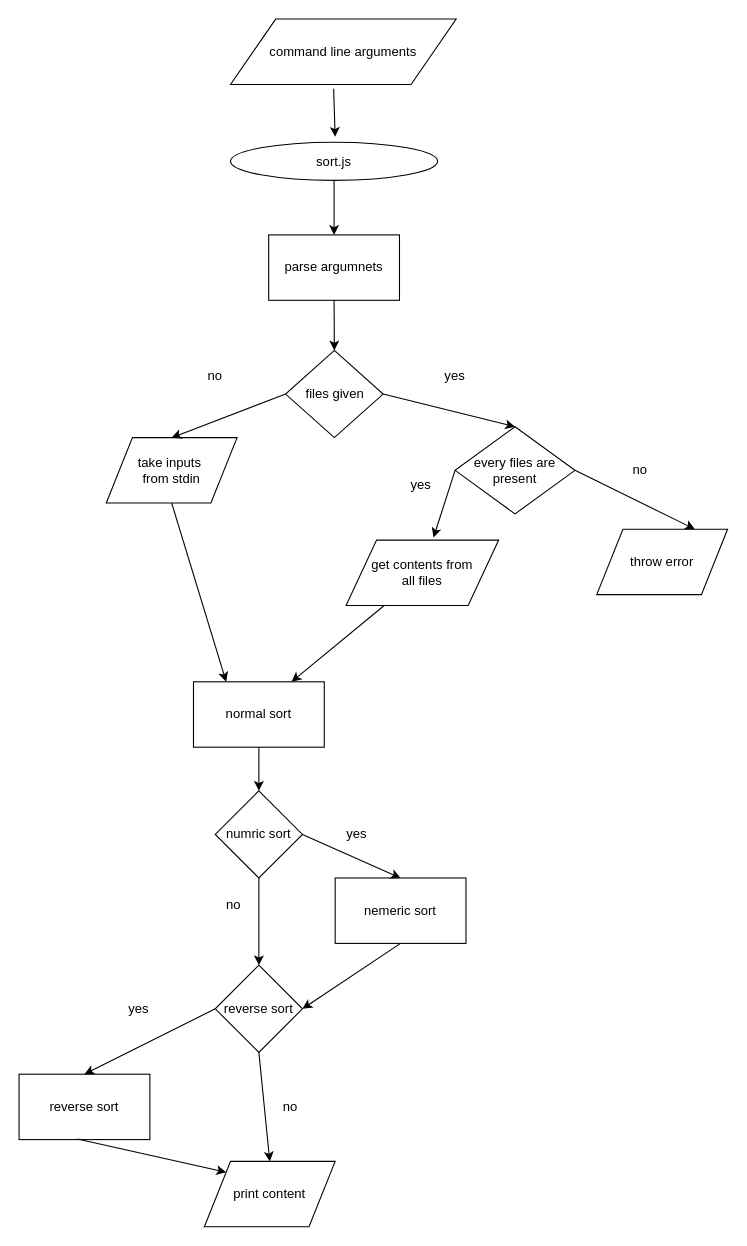
Earlier version of the draw.io diagram docs/head_flow.drawio (step-batch-7/jsTools-armanaaquib). Source tidied: cells renumbered, new cells numbered last; positions are measured from the earlier drawing's top-left corner, leaving out a move shared by most shapes. Both pictures are drawn from the tidied source at 109%, with x=0, y=0 at pixel (19, 19).
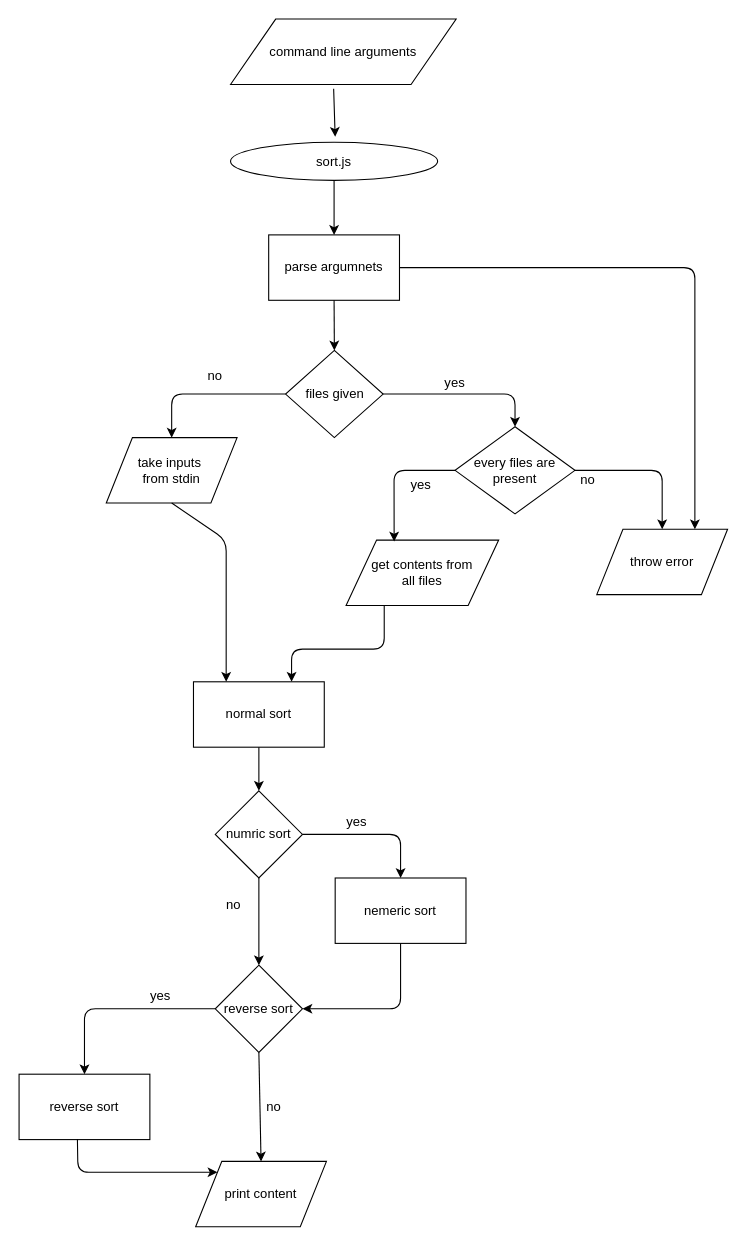
The same page after the edit.

Unchanged cells that the change refers to:
```xml
<mxCell id="5" value="parse argumnets" style="rounded=0;whiteSpace=wrap;html=1;" parent="1" vertex="1">
  <mxGeometry x="229" y="198" width="120" height="60" as="geometry" />
</mxCell>
<mxCell id="7" value="files given" style="rhombus;whiteSpace=wrap;html=1;" parent="1" vertex="1">
  <mxGeometry x="244.5" y="304" width="89.5" height="80" as="geometry" />
</mxCell>
<mxCell id="9" value="take inputs&amp;nbsp;&lt;br&gt;from stdin" style="shape=parallelogram;perimeter=parallelogramPerimeter;whiteSpace=wrap;html=1;" parent="1" vertex="1">
  <mxGeometry x="80" y="384" width="120" height="60" as="geometry" />
</mxCell>
<mxCell id="10" value="every files are present" style="rhombus;whiteSpace=wrap;html=1;" parent="1" vertex="1">
  <mxGeometry x="400" y="374" width="110" height="80" as="geometry" />
</mxCell>
<mxCell id="15" value="throw error" style="shape=parallelogram;perimeter=parallelogramPerimeter;whiteSpace=wrap;html=1;" parent="1" vertex="1">
  <mxGeometry x="530" y="468" width="120" height="60" as="geometry" />
</mxCell>
<mxCell id="18" value="get contents from&lt;br&gt;all files" style="shape=parallelogram;perimeter=parallelogramPerimeter;whiteSpace=wrap;html=1;" parent="1" vertex="1">
  <mxGeometry x="300" y="478" width="140" height="60" as="geometry" />
</mxCell>
<mxCell id="21" value="normal sort" style="rounded=0;whiteSpace=wrap;html=1;" parent="1" vertex="1">
  <mxGeometry x="160" y="608" width="120" height="60" as="geometry" />
</mxCell>
<mxCell id="24" value="numric sort" style="rhombus;whiteSpace=wrap;html=1;" parent="1" vertex="1">
  <mxGeometry x="180" y="708" width="80" height="80" as="geometry" />
</mxCell>
<mxCell id="26" value="nemeric sort" style="rounded=0;whiteSpace=wrap;html=1;" parent="1" vertex="1">
  <mxGeometry x="290" y="788" width="120" height="60" as="geometry" />
</mxCell>
<mxCell id="28" value="reverse sort" style="rhombus;whiteSpace=wrap;html=1;" parent="1" vertex="1">
  <mxGeometry x="180" y="868" width="80" height="80" as="geometry" />
</mxCell>
<mxCell id="33" value="reverse sort" style="rounded=0;whiteSpace=wrap;html=1;" parent="1" vertex="1">
  <mxGeometry y="968" width="120" height="60" as="geometry" />
</mxCell>
```

What changed in the source:
```diff
@@
     <mxCell id="11" style="endArrow=classic;html=1;exitX=1;exitY=0.5;exitDx=0;exitDy=0;entryX=0.5;entryY=0;entryDx=0;entryDy=0;" parent="1" edge="1" source="7" target="10">
-      <mxGeometry relative="1" as="geometry" />
+      <mxGeometry relative="1" as="geometry">
+        <Array as="points">
+          <mxPoint x="455" y="344" />
+        </Array>
+      </mxGeometry>
     </mxCell>
     <mxCell id="12" style="endArrow=classic;html=1;exitX=0;exitY=0.5;exitDx=0;exitDy=0;entryX=0.5;entryY=0;entryDx=0;entryDy=0;" parent="1" edge="1" source="7" target="9">
-      <mxGeometry relative="1" as="geometry" />
+      <mxGeometry relative="1" as="geometry">
+        <Array as="points">
+          <mxPoint x="140" y="344" />
+        </Array>
+      </mxGeometry>
     </mxCell>
     <mxCell id="13" value="yes" style="text;html=1;strokeColor=none;fillColor=none;align=center;verticalAlign=middle;whiteSpace=wrap;rounded=0;" parent="1" vertex="1">
-      <mxGeometry x="380" y="318" width="40" height="20" as="geometry" />
+      <mxGeometry x="380" y="324" width="40" height="20" as="geometry" />
     </mxCell>
@@
-    <mxCell id="16" style="endArrow=classic;html=1;exitX=1;exitY=0.5;exitDx=0;exitDy=0;entryX=0.75;entryY=0;entryDx=0;entryDy=0;" parent="1" edge="1" source="10" target="15">
-      <mxGeometry relative="1" as="geometry" />
+    <mxCell id="16" style="endArrow=classic;html=1;exitX=1;exitY=0.5;exitDx=0;exitDy=0;entryX=0.5;entryY=0;entryDx=0;entryDy=0;" parent="1" edge="1" source="10" target="15">
+      <mxGeometry relative="1" as="geometry">
+        <Array as="points">
+          <mxPoint x="590" y="414" />
+        </Array>
+      </mxGeometry>
     </mxCell>
     <mxCell id="17" value="no" style="text;html=1;strokeColor=none;fillColor=none;align=center;verticalAlign=middle;whiteSpace=wrap;rounded=0;" parent="1" vertex="1">
-      <mxGeometry x="550" y="404" width="40" height="20" as="geometry" />
+      <mxGeometry x="502" y="413" width="40" height="20" as="geometry" />
     </mxCell>
@@
-    <mxCell id="19" style="endArrow=classic;html=1;entryX=0.573;entryY=-0.038;entryDx=0;entryDy=0;entryPerimeter=0;exitX=0;exitY=0.5;exitDx=0;exitDy=0;" parent="1" edge="1" source="10" target="18">
-      <mxGeometry relative="1" as="geometry" />
+    <mxCell id="19" style="endArrow=classic;html=1;entryX=0.315;entryY=0.021;entryDx=0;entryDy=0;entryPerimeter=0;exitX=0;exitY=0.5;exitDx=0;exitDy=0;" parent="1" edge="1" source="10" target="18">
+      <mxGeometry relative="1" as="geometry">
+        <Array as="points">
+          <mxPoint x="344" y="414" />
+        </Array>
+      </mxGeometry>
     </mxCell>
@@
     <mxCell id="22" style="endArrow=classic;html=1;exitX=0.5;exitY=1;exitDx=0;exitDy=0;entryX=0.25;entryY=0;entryDx=0;entryDy=0;" parent="1" edge="1" source="9" target="21">
-      <mxGeometry relative="1" as="geometry" />
+      <mxGeometry relative="1" as="geometry">
+        <Array as="points">
+          <mxPoint x="190" y="478" />
+          <mxPoint x="190" y="548" />
+        </Array>
+      </mxGeometry>
     </mxCell>
     <mxCell id="23" style="endArrow=classic;html=1;entryX=0.75;entryY=0;entryDx=0;entryDy=0;exitX=0.25;exitY=1;exitDx=0;exitDy=0;" parent="1" edge="1" source="18" target="21">
-      <mxGeometry relative="1" as="geometry" />
+      <mxGeometry relative="1" as="geometry">
+        <Array as="points">
+          <mxPoint x="335" y="578" />
+          <mxPoint x="250" y="578" />
+        </Array>
+      </mxGeometry>
     </mxCell>
@@
     <mxCell id="27" style="endArrow=classic;html=1;exitX=1;exitY=0.5;exitDx=0;exitDy=0;entryX=0.5;entryY=0;entryDx=0;entryDy=0;" parent="1" edge="1" source="24" target="26">
-      <mxGeometry relative="1" as="geometry" />
+      <mxGeometry relative="1" as="geometry">
+        <Array as="points">
+          <mxPoint x="350" y="748" />
+        </Array>
+      </mxGeometry>
     </mxCell>
@@
     <mxCell id="30" value="yes" style="text;html=1;strokeColor=none;fillColor=none;align=center;verticalAlign=middle;whiteSpace=wrap;rounded=0;" parent="1" vertex="1">
-      <mxGeometry x="290" y="738" width="40" height="20" as="geometry" />
+      <mxGeometry x="290" y="727" width="40" height="20" as="geometry" />
     </mxCell>
@@
     <mxCell id="32" style="endArrow=classic;html=1;entryX=1;entryY=0.5;entryDx=0;entryDy=0;exitX=0.5;exitY=1;exitDx=0;exitDy=0;" parent="1" edge="1" source="26" target="28">
-      <mxGeometry relative="1" as="geometry" />
+      <mxGeometry relative="1" as="geometry">
+        <Array as="points">
+          <mxPoint x="350" y="908" />
+        </Array>
+      </mxGeometry>
     </mxCell>
@@
     <mxCell id="34" style="endArrow=classic;html=1;exitX=0;exitY=0.5;exitDx=0;exitDy=0;entryX=0.5;entryY=0;entryDx=0;entryDy=0;" parent="1" edge="1" source="28" target="33">
-      <mxGeometry relative="1" as="geometry" />
+      <mxGeometry relative="1" as="geometry">
+        <Array as="points">
+          <mxPoint x="60" y="908" />
+        </Array>
+      </mxGeometry>
     </mxCell>
     <mxCell id="35" value="print content" style="shape=parallelogram;perimeter=parallelogramPerimeter;whiteSpace=wrap;html=1;" parent="1" vertex="1">
-      <mxGeometry x="170" y="1048" width="120" height="60" as="geometry" />
+      <mxGeometry x="162" y="1048" width="120" height="60" as="geometry" />
     </mxCell>
     <mxCell id="36" style="endArrow=classic;html=1;exitX=0.446;exitY=0.991;exitDx=0;exitDy=0;exitPerimeter=0;entryX=0;entryY=0;entryDx=0;entryDy=0;" parent="1" edge="1" source="33" target="35">
-      <mxGeometry relative="1" as="geometry" />
+      <mxGeometry relative="1" as="geometry">
+        <Array as="points">
+          <mxPoint x="54" y="1058" />
+        </Array>
+      </mxGeometry>
     </mxCell>
     <mxCell id="37" value="yes" style="text;html=1;strokeColor=none;fillColor=none;align=center;verticalAlign=middle;whiteSpace=wrap;rounded=0;" parent="1" vertex="1">
-      <mxGeometry x="90" y="898" width="40" height="20" as="geometry" />
+      <mxGeometry x="110" y="886" width="40" height="20" as="geometry" />
     </mxCell>
@@
     <mxCell id="39" value="no" style="text;html=1;strokeColor=none;fillColor=none;align=center;verticalAlign=middle;whiteSpace=wrap;rounded=0;" parent="1" vertex="1">
-      <mxGeometry x="229" y="988" width="40" height="20" as="geometry" />
+      <mxGeometry x="214" y="988" width="40" height="20" as="geometry" />
     </mxCell>
+    <mxCell id="40" style="endArrow=classic;html=1;exitX=1;exitY=0.5;exitDx=0;exitDy=0;entryX=0.75;entryY=0;entryDx=0;entryDy=0;" parent="1" edge="1" source="5" target="15">
+      <mxGeometry relative="1" as="geometry">
+        <Array as="points">
+          <mxPoint x="620" y="228" />
+        </Array>
+      </mxGeometry>
+    </mxCell>
```
